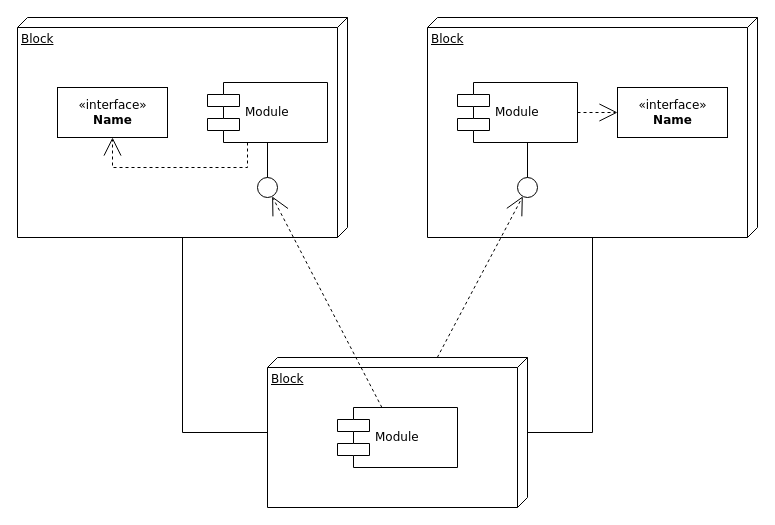
cl-ldstudios/jee keeps this draw.io diagram as Untitled Diagram.drawio. Above is the earlier version. Source tidied: cells renumbered, new cells numbered last; positions are measured from the earlier drawing's top-left corner, leaving out a move shared by most shapes. Both pictures are drawn from the tidied source at 100%, with x=0, y=0 at pixel (17, 17).
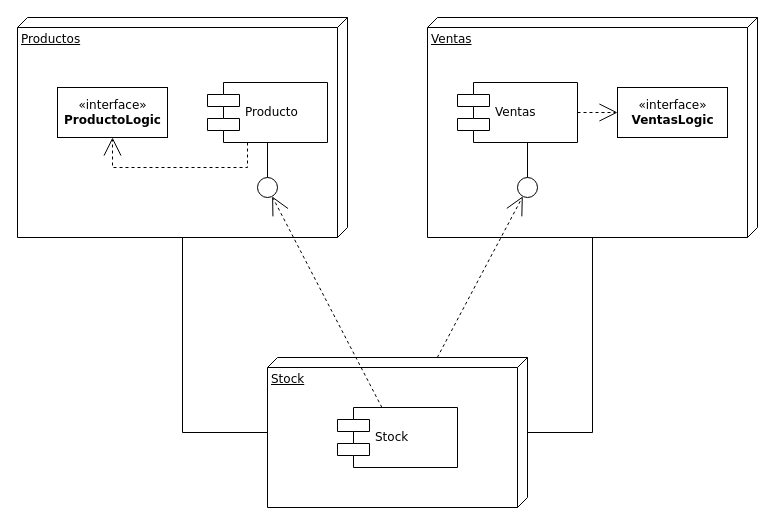
Above is the later version.

Diff of the diagram source:
```diff
@@
-    <mxCell id="2" value="Block" style="verticalAlign=top;align=left;spacingTop=8;spacingLeft=2;spacingRight=12;shape=cube;size=10;direction=south;fontStyle=4;html=1;rounded=0;shadow=0;comic=0;labelBackgroundColor=none;strokeWidth=1;fontFamily=Verdana;fontSize=12;" parent="1" vertex="1">
+    <mxCell id="2" value="Productos" style="verticalAlign=top;align=left;spacingTop=8;spacingLeft=2;spacingRight=12;shape=cube;size=10;direction=south;fontStyle=4;html=1;rounded=0;shadow=0;comic=0;labelBackgroundColor=none;strokeWidth=1;fontFamily=Verdana;fontSize=12;" parent="1" vertex="1">
       <mxGeometry width="330" height="220" as="geometry" />
     </mxCell>
-    <mxCell id="3" value="Block" style="verticalAlign=top;align=left;spacingTop=8;spacingLeft=2;spacingRight=12;shape=cube;size=10;direction=south;fontStyle=4;html=1;rounded=0;shadow=0;comic=0;labelBackgroundColor=none;strokeWidth=1;fontFamily=Verdana;fontSize=12;" parent="1" vertex="1">
+    <mxCell id="3" value="Ventas" style="verticalAlign=top;align=left;spacingTop=8;spacingLeft=2;spacingRight=12;shape=cube;size=10;direction=south;fontStyle=4;html=1;rounded=0;shadow=0;comic=0;labelBackgroundColor=none;strokeWidth=1;fontFamily=Verdana;fontSize=12;" parent="1" vertex="1">
       <mxGeometry x="410" width="330" height="220" as="geometry" />
     </mxCell>
-    <mxCell id="4" value="Block" style="verticalAlign=top;align=left;spacingTop=8;spacingLeft=2;spacingRight=12;shape=cube;size=10;direction=south;fontStyle=4;html=1;rounded=0;shadow=0;comic=0;labelBackgroundColor=none;strokeWidth=1;fontFamily=Verdana;fontSize=12;" parent="1" vertex="1">
+    <mxCell id="4" value="Stock" style="verticalAlign=top;align=left;spacingTop=8;spacingLeft=2;spacingRight=12;shape=cube;size=10;direction=south;fontStyle=4;html=1;rounded=0;shadow=0;comic=0;labelBackgroundColor=none;strokeWidth=1;fontFamily=Verdana;fontSize=12;" parent="1" vertex="1">
       <mxGeometry x="250" y="340" width="260" height="150" as="geometry" />
     </mxCell>
-    <mxCell id="5" value="&amp;laquo;interface&amp;raquo;&lt;br&gt;&lt;b&gt;Name&lt;/b&gt;" style="html=1;rounded=0;shadow=0;comic=0;labelBackgroundColor=none;strokeWidth=1;fontFamily=Verdana;fontSize=12;align=center;" parent="1" vertex="1">
+    <mxCell id="5" value="«interface»&lt;br&gt;&lt;b&gt;ProductoLogic&lt;/b&gt;" style="html=1;rounded=0;shadow=0;comic=0;labelBackgroundColor=none;strokeWidth=1;fontFamily=Verdana;fontSize=12;align=center;" parent="1" vertex="1">
       <mxGeometry x="40" y="70" width="110" height="50" as="geometry" />
     </mxCell>
-    <mxCell id="6" value="Module" style="shape=component;align=left;spacingLeft=36;rounded=0;shadow=0;comic=0;labelBackgroundColor=none;strokeWidth=1;fontFamily=Verdana;fontSize=12;html=1;" parent="1" vertex="1">
+    <mxCell id="6" value="Producto" style="shape=component;align=left;spacingLeft=36;rounded=0;shadow=0;comic=0;labelBackgroundColor=none;strokeWidth=1;fontFamily=Verdana;fontSize=12;html=1;" parent="1" vertex="1">
       <mxGeometry x="190" y="65" width="120" height="60" as="geometry" />
     </mxCell>
@@
-    <mxCell id="8" value="Module" style="shape=component;align=left;spacingLeft=36;rounded=0;shadow=0;comic=0;labelBackgroundColor=none;strokeWidth=1;fontFamily=Verdana;fontSize=12;html=1;" parent="1" vertex="1">
+    <mxCell id="8" value="Ventas" style="shape=component;align=left;spacingLeft=36;rounded=0;shadow=0;comic=0;labelBackgroundColor=none;strokeWidth=1;fontFamily=Verdana;fontSize=12;html=1;" parent="1" vertex="1">
       <mxGeometry x="440" y="65" width="120" height="60" as="geometry" />
     </mxCell>
-    <mxCell id="9" value="&amp;laquo;interface&amp;raquo;&lt;br&gt;&lt;b&gt;Name&lt;/b&gt;" style="html=1;rounded=0;shadow=0;comic=0;labelBackgroundColor=none;strokeWidth=1;fontFamily=Verdana;fontSize=12;align=center;" parent="1" vertex="1">
+    <mxCell id="9" value="«interface»&lt;br&gt;&lt;b&gt;VentasLogic&lt;/b&gt;" style="html=1;rounded=0;shadow=0;comic=0;labelBackgroundColor=none;strokeWidth=1;fontFamily=Verdana;fontSize=12;align=center;" parent="1" vertex="1">
       <mxGeometry x="600" y="70" width="110" height="50" as="geometry" />
     </mxCell>
@@
-    <mxCell id="11" value="Module" style="shape=component;align=left;spacingLeft=36;rounded=0;shadow=0;comic=0;labelBackgroundColor=none;strokeWidth=1;fontFamily=Verdana;fontSize=12;html=1;" parent="1" vertex="1">
+    <mxCell id="11" value="Stock" style="shape=component;align=left;spacingLeft=36;rounded=0;shadow=0;comic=0;labelBackgroundColor=none;strokeWidth=1;fontFamily=Verdana;fontSize=12;html=1;" parent="1" vertex="1">
       <mxGeometry x="320" y="390" width="120" height="60" as="geometry" />
     </mxCell>
```
